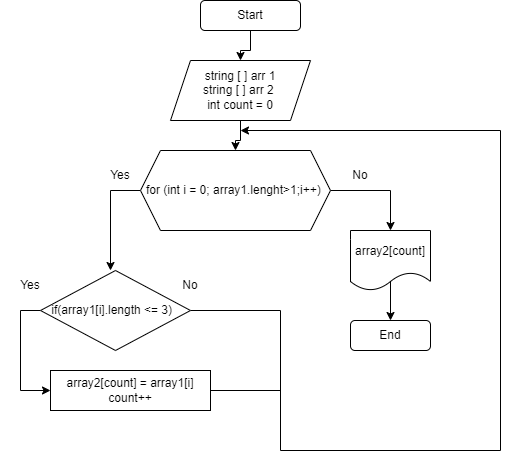
The draw.io diagram Blockscheme.png in Vasiliev-Leonid/FinalHomeWork_first-quarter, before a commit. Source tidied: cells renumbered, new cells last; positions are measured from the earlier drawing's top-left corner, leaving out a move shared by most shapes. The source it was exported from:
```xml
<mxGraphModel>
  <root>
    <mxCell id="0" />
    <mxCell id="1" parent="0" />
    <mxCell id="2" style="edgeStyle=orthogonalEdgeStyle;rounded=0;jettySize=auto;html=1;exitX=0.5;exitY=1;exitDx=0;exitDy=0;" parent="1" edge="1" source="3" target="5">
      <mxGeometry relative="1" as="geometry" />
    </mxCell>
    <mxCell id="3" value="Start" style="rounded=1;whiteSpace=wrap;html=1;" parent="1" vertex="1">
      <mxGeometry x="200" width="100" height="30" as="geometry" />
    </mxCell>
    <mxCell id="4" style="edgeStyle=orthogonalEdgeStyle;rounded=0;jettySize=auto;html=1;exitX=0.5;exitY=1;exitDx=0;exitDy=0;" parent="1" edge="1" source="5" target="8">
      <mxGeometry relative="1" as="geometry" />
    </mxCell>
    <mxCell id="5" value="string [ ] arr 1&lt;br&gt;string [ ] arr 2&amp;nbsp;&lt;br&gt;int count = 0" style="shape=parallelogram;perimeter=parallelogramPerimeter;whiteSpace=wrap;html=1;fixedSize=1;" parent="1" vertex="1">
      <mxGeometry x="170" y="60" width="140" height="60" as="geometry" />
    </mxCell>
    <mxCell id="6" style="edgeStyle=orthogonalEdgeStyle;rounded=0;jettySize=auto;html=1;exitX=1;exitY=0.5;exitDx=0;exitDy=0;" parent="1" edge="1" source="8">
      <mxGeometry relative="1" as="geometry">
        <mxPoint x="390" y="230" as="targetPoint" />
        <Array as="points">
          <mxPoint x="390" y="190" />
          <mxPoint x="390" y="230" />
        </Array>
      </mxGeometry>
    </mxCell>
    <mxCell id="7" style="edgeStyle=orthogonalEdgeStyle;rounded=0;jettySize=auto;html=1;" parent="1" edge="1" source="8">
      <mxGeometry relative="1" as="geometry">
        <mxPoint x="110" y="270" as="targetPoint" />
        <Array as="points">
          <mxPoint x="110" y="190" />
        </Array>
      </mxGeometry>
    </mxCell>
    <mxCell id="8" value="for (int i = 0; array1.lenght&amp;gt;1;i++)&amp;nbsp;" style="shape=hexagon;perimeter=hexagonPerimeter2;whiteSpace=wrap;html=1;fixedSize=1;" parent="1" vertex="1">
      <mxGeometry x="140" y="150" width="190" height="80" as="geometry" />
    </mxCell>
    <mxCell id="9" style="edgeStyle=orthogonalEdgeStyle;rounded=0;jettySize=auto;html=1;exitX=0.5;exitY=0.858;exitDx=0;exitDy=0;exitPerimeter=0;" parent="1" edge="1" source="10">
      <mxGeometry relative="1" as="geometry">
        <mxPoint x="390" y="320" as="targetPoint" />
      </mxGeometry>
    </mxCell>
    <mxCell id="10" value="array2[count]" style="shape=document;whiteSpace=wrap;html=1;boundedLbl=1;" parent="1" vertex="1">
      <mxGeometry x="350" y="230" width="80" height="60" as="geometry" />
    </mxCell>
    <mxCell id="11" value="End" style="rounded=1;whiteSpace=wrap;html=1;" parent="1" vertex="1">
      <mxGeometry x="350" y="320" width="80" height="30" as="geometry" />
    </mxCell>
    <mxCell id="12" value="No" style="text;html=1;strokeColor=none;fillColor=none;align=center;verticalAlign=middle;whiteSpace=wrap;rounded=0;" parent="1" vertex="1">
      <mxGeometry x="330" y="160" width="60" height="30" as="geometry" />
    </mxCell>
    <mxCell id="13" style="edgeStyle=orthogonalEdgeStyle;rounded=0;jettySize=auto;html=1;exitX=0;exitY=0.5;exitDx=0;exitDy=0;" parent="1" edge="1" source="15">
      <mxGeometry relative="1" as="geometry">
        <mxPoint x="50" y="390" as="targetPoint" />
        <Array as="points">
          <mxPoint x="20" y="310" />
          <mxPoint x="20" y="390" />
        </Array>
      </mxGeometry>
    </mxCell>
    <mxCell id="14" style="edgeStyle=orthogonalEdgeStyle;rounded=0;jettySize=auto;html=1;" parent="1" edge="1" source="15">
      <mxGeometry relative="1" as="geometry">
        <mxPoint x="240" y="130" as="targetPoint" />
        <Array as="points">
          <mxPoint x="280" y="310" />
          <mxPoint x="280" y="450" />
          <mxPoint x="500" y="450" />
          <mxPoint x="500" y="130" />
        </Array>
      </mxGeometry>
    </mxCell>
    <mxCell id="15" value="if(array1[i].length &amp;lt;= 3)&amp;nbsp;&amp;nbsp;" style="rhombus;whiteSpace=wrap;html=1;" parent="1" vertex="1">
      <mxGeometry x="40" y="270" width="150" height="80" as="geometry" />
    </mxCell>
    <mxCell id="16" value="Yes" style="text;html=1;strokeColor=none;fillColor=none;align=center;verticalAlign=middle;whiteSpace=wrap;rounded=0;" parent="1" vertex="1">
      <mxGeometry x="90" y="160" width="60" height="30" as="geometry" />
    </mxCell>
    <mxCell id="17" value="No" style="text;html=1;strokeColor=none;fillColor=none;align=center;verticalAlign=middle;whiteSpace=wrap;rounded=0;" parent="1" vertex="1">
      <mxGeometry x="160" y="270" width="60" height="30" as="geometry" />
    </mxCell>
    <mxCell id="18" value="Yes" style="text;html=1;strokeColor=none;fillColor=none;align=center;verticalAlign=middle;whiteSpace=wrap;rounded=0;" parent="1" vertex="1">
      <mxGeometry y="270" width="60" height="30" as="geometry" />
    </mxCell>
    <mxCell id="19" style="rounded=0;whiteSpace=wrap;html=1;" parent="1" vertex="1">
      <mxGeometry x="50" y="370" width="160" height="40" as="geometry" />
    </mxCell>
    <mxCell id="20" value="array2[count] = array1[i]&lt;br&gt;count++" style="text;html=1;strokeColor=none;fillColor=none;align=center;verticalAlign=middle;whiteSpace=wrap;rounded=0;" parent="1" vertex="1">
      <mxGeometry x="60" y="375" width="140" height="30" as="geometry" />
    </mxCell>
    <mxCell id="21" style="endArrow=none;html=1;rounded=0;exitX=1;exitY=0.5;exitDx=0;exitDy=0;entryX=1;entryY=0.5;entryDx=0;entryDy=0;" parent="1" edge="1" source="19" target="19">
      <mxGeometry relative="1" as="geometry">
        <Array as="points">
          <mxPoint x="280" y="390" />
        </Array>
      </mxGeometry>
    </mxCell>
  </root>
</mxGraphModel>
```
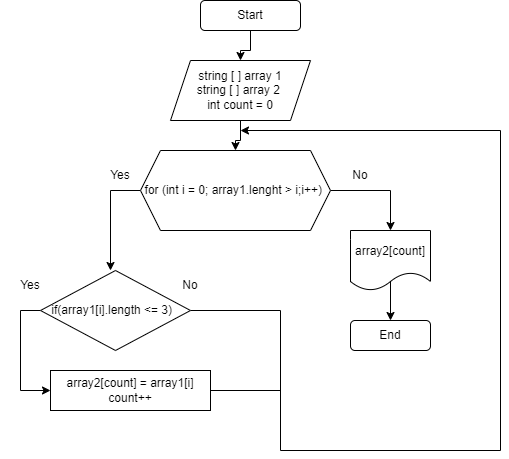
The same file after the commit.

Commit message:
reviced block scheme

The edit, as a diff of the source:
```diff
@@ -11,7 +11,7 @@
     <mxCell id="4" style="edgeStyle=orthogonalEdgeStyle;rounded=0;jettySize=auto;html=1;exitX=0.5;exitY=1;exitDx=0;exitDy=0;" parent="1" edge="1" source="5" target="8">
       <mxGeometry relative="1" as="geometry" />
     </mxCell>
-    <mxCell id="5" value="string [ ] arr 1&lt;br&gt;string [ ] arr 2&amp;nbsp;&lt;br&gt;int count = 0" style="shape=parallelogram;perimeter=parallelogramPerimeter;whiteSpace=wrap;html=1;fixedSize=1;" parent="1" vertex="1">
+    <mxCell id="5" value="string [ ] array 1&lt;br&gt;string [ ] array 2&amp;nbsp;&lt;br&gt;int count = 0" style="shape=parallelogram;perimeter=parallelogramPerimeter;whiteSpace=wrap;html=1;fixedSize=1;" parent="1" vertex="1">
       <mxGeometry x="170" y="60" width="140" height="60" as="geometry" />
     </mxCell>
     <mxCell id="6" style="edgeStyle=orthogonalEdgeStyle;rounded=0;jettySize=auto;html=1;exitX=1;exitY=0.5;exitDx=0;exitDy=0;" parent="1" edge="1" source="8">
@@ -31,7 +31,7 @@
         </Array>
       </mxGeometry>
     </mxCell>
-    <mxCell id="8" value="for (int i = 0; array1.lenght&amp;gt;1;i++)&amp;nbsp;" style="shape=hexagon;perimeter=hexagonPerimeter2;whiteSpace=wrap;html=1;fixedSize=1;" parent="1" vertex="1">
+    <mxCell id="8" value="for (int i = 0; array1.lenght &amp;gt; i;i++)&amp;nbsp;" style="shape=hexagon;perimeter=hexagonPerimeter2;whiteSpace=wrap;html=1;fixedSize=1;" parent="1" vertex="1">
       <mxGeometry x="140" y="150" width="190" height="80" as="geometry" />
     </mxCell>
     <mxCell id="9" style="edgeStyle=orthogonalEdgeStyle;rounded=0;jettySize=auto;html=1;exitX=0.5;exitY=0.858;exitDx=0;exitDy=0;exitPerimeter=0;" parent="1" edge="1" source="10">
```
